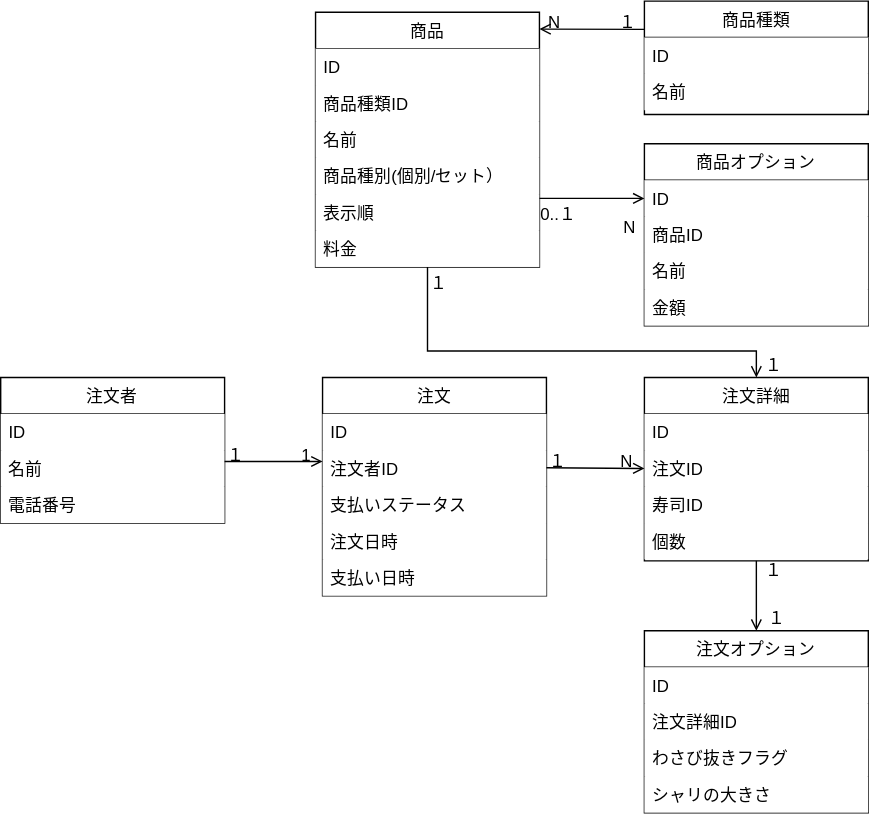
shun57/praha-challenge-task keeps this draw.io diagram as DBModel1/課題2.svg. Above is the earlier version. Source tidied: cells renumbered, new cells last; positions are measured from the earlier drawing's top-left corner, leaving out a move shared by most shapes. Source of this version:
```xml
<mxGraphModel>
  <root>
    <mxCell id="0" />
    <mxCell id="1" parent="0" />
    <mxCell id="2" value="注文" style="swimlane;fontStyle=0;align=center;verticalAlign=top;horizontal=1;startSize=26;rounded=0;shadow=0;strokeWidth=1;" parent="1" vertex="1">
      <mxGeometry x="230" y="269" width="160" height="156" as="geometry" />
    </mxCell>
    <mxCell id="3" value="ID&#10;" style="text;align=left;verticalAlign=top;spacingLeft=4;spacingRight=4;overflow=hidden;fillColor=default;" parent="2" vertex="1">
      <mxGeometry y="26" width="160" height="26" as="geometry" />
    </mxCell>
    <mxCell id="4" value="注文者ID&#10;" style="text;align=left;verticalAlign=top;spacingLeft=4;spacingRight=4;overflow=hidden;fillColor=default;" parent="2" vertex="1">
      <mxGeometry y="52" width="160" height="26" as="geometry" />
    </mxCell>
    <mxCell id="5" value="支払いステータス&#10;" style="text;align=left;verticalAlign=top;spacingLeft=4;spacingRight=4;overflow=hidden;fillColor=default;" parent="2" vertex="1">
      <mxGeometry y="78" width="160" height="26" as="geometry" />
    </mxCell>
    <mxCell id="6" value="注文日時&#10;" style="text;align=left;verticalAlign=top;spacingLeft=4;spacingRight=4;overflow=hidden;fillColor=default;" parent="2" vertex="1">
      <mxGeometry y="104" width="160" height="26" as="geometry" />
    </mxCell>
    <mxCell id="7" value="支払い日時&#10;" style="text;align=left;verticalAlign=top;spacingLeft=4;spacingRight=4;overflow=hidden;fillColor=default;" parent="2" vertex="1">
      <mxGeometry y="130" width="160" height="26" as="geometry" />
    </mxCell>
    <mxCell id="8" value="商品" style="swimlane;fontStyle=0;align=center;verticalAlign=top;horizontal=1;startSize=26;rounded=0;shadow=0;strokeWidth=1;" parent="1" vertex="1">
      <mxGeometry x="225" y="8" width="160" height="182" as="geometry" />
    </mxCell>
    <mxCell id="9" value="ID&#10;" style="text;align=left;verticalAlign=top;spacingLeft=4;spacingRight=4;overflow=hidden;fillColor=default;" parent="8" vertex="1">
      <mxGeometry y="26" width="160" height="26" as="geometry" />
    </mxCell>
    <mxCell id="10" value="商品種類ID&#10;" style="text;align=left;verticalAlign=top;spacingLeft=4;spacingRight=4;overflow=hidden;fillColor=default;" parent="8" vertex="1">
      <mxGeometry y="52" width="160" height="26" as="geometry" />
    </mxCell>
    <mxCell id="11" value="名前" style="text;align=left;verticalAlign=top;spacingLeft=4;spacingRight=4;overflow=hidden;rounded=0;shadow=0;html=0;fillColor=default;" parent="8" vertex="1">
      <mxGeometry y="78" width="160" height="26" as="geometry" />
    </mxCell>
    <mxCell id="12" value="商品種別(個別/セット）" style="text;align=left;verticalAlign=top;spacingLeft=4;spacingRight=4;overflow=hidden;rounded=0;shadow=0;html=0;fillColor=default;" parent="8" vertex="1">
      <mxGeometry y="104" width="160" height="26" as="geometry" />
    </mxCell>
    <mxCell id="13" value="表示順" style="text;align=left;verticalAlign=top;spacingLeft=4;spacingRight=4;overflow=hidden;rounded=0;shadow=0;html=0;fillColor=default;" parent="8" vertex="1">
      <mxGeometry y="130" width="160" height="26" as="geometry" />
    </mxCell>
    <mxCell id="14" value="料金" style="text;align=left;verticalAlign=top;spacingLeft=4;spacingRight=4;overflow=hidden;rounded=0;shadow=0;html=0;fillColor=default;" parent="8" vertex="1">
      <mxGeometry y="156" width="160" height="26" as="geometry" />
    </mxCell>
    <mxCell id="15" value="商品種類" style="swimlane;fontStyle=0;align=center;verticalAlign=top;horizontal=1;startSize=26;rounded=0;shadow=0;strokeWidth=1;fillColor=default;" parent="1" vertex="1">
      <mxGeometry x="460" width="160" height="81" as="geometry" />
    </mxCell>
    <mxCell id="16" value="ID" style="text;align=left;verticalAlign=top;spacingLeft=4;spacingRight=4;overflow=hidden;fillColor=default;" parent="15" vertex="1">
      <mxGeometry y="26" width="160" height="26" as="geometry" />
    </mxCell>
    <mxCell id="17" value="名前" style="text;align=left;verticalAlign=top;spacingLeft=4;spacingRight=4;overflow=hidden;fillColor=default;" parent="15" vertex="1">
      <mxGeometry y="52" width="160" height="26" as="geometry" />
    </mxCell>
    <mxCell id="18" value="商品オプション" style="swimlane;fontStyle=0;align=center;verticalAlign=top;horizontal=1;startSize=26;rounded=0;shadow=0;strokeWidth=1;" parent="1" vertex="1">
      <mxGeometry x="460" y="102" width="160" height="130" as="geometry" />
    </mxCell>
    <mxCell id="19" value="ID" style="text;align=left;verticalAlign=top;spacingLeft=4;spacingRight=4;overflow=hidden;points=[[0,0.5],[1,0.5]];portConstraint=eastwest;fillColor=default;" parent="18" vertex="1">
      <mxGeometry y="26" width="160" height="26" as="geometry" />
    </mxCell>
    <mxCell id="20" value="商品ID" style="text;align=left;verticalAlign=top;spacingLeft=4;spacingRight=4;overflow=hidden;fillColor=default;" parent="18" vertex="1">
      <mxGeometry y="52" width="160" height="26" as="geometry" />
    </mxCell>
    <mxCell id="21" value="名前" style="text;align=left;verticalAlign=top;spacingLeft=4;spacingRight=4;overflow=hidden;fillColor=default;" parent="18" vertex="1">
      <mxGeometry y="78" width="160" height="26" as="geometry" />
    </mxCell>
    <mxCell id="22" value="金額" style="text;align=left;verticalAlign=top;spacingLeft=4;spacingRight=4;overflow=hidden;fillColor=default;" parent="18" vertex="1">
      <mxGeometry y="104" width="160" height="26" as="geometry" />
    </mxCell>
    <mxCell id="23" value="注文詳細" style="swimlane;fontStyle=0;align=center;verticalAlign=top;horizontal=1;startSize=26;rounded=0;shadow=0;strokeWidth=1;" parent="1" vertex="1">
      <mxGeometry x="460" y="269" width="160" height="131" as="geometry" />
    </mxCell>
    <mxCell id="24" value="ID&#10;" style="text;align=left;verticalAlign=top;spacingLeft=4;spacingRight=4;overflow=hidden;fillColor=default;" parent="23" vertex="1">
      <mxGeometry y="26" width="160" height="26" as="geometry" />
    </mxCell>
    <mxCell id="25" value="注文ID&#10;" style="text;align=left;verticalAlign=top;spacingLeft=4;spacingRight=4;overflow=hidden;fillColor=default;" parent="23" vertex="1">
      <mxGeometry y="52" width="160" height="26" as="geometry" />
    </mxCell>
    <mxCell id="26" value="寿司ID&#10;" style="text;align=left;verticalAlign=top;spacingLeft=4;spacingRight=4;overflow=hidden;fillColor=default;" parent="23" vertex="1">
      <mxGeometry y="78" width="160" height="26" as="geometry" />
    </mxCell>
    <mxCell id="27" value="個数&#10;" style="text;align=left;verticalAlign=top;spacingLeft=4;spacingRight=4;overflow=hidden;fillColor=default;" parent="23" vertex="1">
      <mxGeometry y="104" width="160" height="26" as="geometry" />
    </mxCell>
    <mxCell id="28" value="注文者" style="swimlane;fontStyle=0;align=center;verticalAlign=top;horizontal=1;startSize=26;rounded=0;shadow=0;strokeWidth=1;" parent="1" vertex="1">
      <mxGeometry y="269" width="160" height="104" as="geometry" />
    </mxCell>
    <mxCell id="29" value="ID&#10;" style="text;align=left;verticalAlign=top;spacingLeft=4;spacingRight=4;overflow=hidden;fillColor=default;" parent="28" vertex="1">
      <mxGeometry y="26" width="160" height="26" as="geometry" />
    </mxCell>
    <mxCell id="30" value="名前&#10;" style="text;align=left;verticalAlign=top;spacingLeft=4;spacingRight=4;overflow=hidden;fillColor=default;" parent="28" vertex="1">
      <mxGeometry y="52" width="160" height="26" as="geometry" />
    </mxCell>
    <mxCell id="31" value="電話番号&#10;" style="text;align=left;verticalAlign=top;spacingLeft=4;spacingRight=4;overflow=hidden;fillColor=default;" parent="28" vertex="1">
      <mxGeometry y="78" width="160" height="26" as="geometry" />
    </mxCell>
    <mxCell id="32" style="endArrow=open;shadow=0;strokeWidth=1;rounded=0;endFill=1;edgeStyle=elbowEdgeStyle;elbow=vertical;" parent="1" edge="1">
      <mxGeometry x="0.5" y="41" relative="1" as="geometry">
        <mxPoint x="160" y="329" as="sourcePoint" />
        <mxPoint x="230" y="329" as="targetPoint" />
        <mxPoint x="-40" y="32" as="offset" />
      </mxGeometry>
    </mxCell>
    <mxCell id="33" value="１" style="align=left;verticalAlign=bottom;labelBackgroundColor=none;fontSize=12;" parent="32" vertex="1">
      <mxGeometry x="-1" relative="1" as="geometry">
        <mxPoint y="4" as="offset" />
      </mxGeometry>
    </mxCell>
    <mxCell id="34" value="1" style="align=right;verticalAlign=bottom;labelBackgroundColor=none;fontSize=12;" parent="32" vertex="1">
      <mxGeometry x="1" relative="1" as="geometry">
        <mxPoint x="-7" y="4" as="offset" />
      </mxGeometry>
    </mxCell>
    <mxCell id="35" style="endArrow=open;shadow=0;strokeWidth=1;rounded=0;endFill=1;edgeStyle=elbowEdgeStyle;elbow=vertical;" parent="1" edge="1">
      <mxGeometry x="0.5" y="41" relative="1" as="geometry">
        <mxPoint x="390" y="333.5" as="sourcePoint" />
        <mxPoint x="460" y="333.5" as="targetPoint" />
        <mxPoint x="-40" y="32" as="offset" />
      </mxGeometry>
    </mxCell>
    <mxCell id="36" value="１" style="align=left;verticalAlign=bottom;labelBackgroundColor=none;fontSize=12;" parent="35" vertex="1">
      <mxGeometry x="-1" relative="1" as="geometry">
        <mxPoint y="4" as="offset" />
      </mxGeometry>
    </mxCell>
    <mxCell id="37" value="N" style="align=right;verticalAlign=bottom;labelBackgroundColor=none;fontSize=12;" parent="35" vertex="1">
      <mxGeometry x="1" relative="1" as="geometry">
        <mxPoint x="-7" y="4" as="offset" />
      </mxGeometry>
    </mxCell>
    <mxCell id="38" style="endArrow=open;shadow=0;strokeWidth=1;rounded=0;endFill=1;edgeStyle=elbowEdgeStyle;elbow=vertical;exitX=0.5;exitY=1;exitDx=0;exitDy=0;" parent="1" edge="1" source="8">
      <mxGeometry x="0.5" y="41" relative="1" as="geometry">
        <mxPoint x="540" y="269" as="targetPoint" />
        <Array as="points">
          <mxPoint x="425" y="250" />
        </Array>
        <mxPoint x="-40" y="32" as="offset" />
      </mxGeometry>
    </mxCell>
    <mxCell id="39" value="１" style="align=left;verticalAlign=bottom;labelBackgroundColor=none;fontSize=12;" parent="38" vertex="1">
      <mxGeometry x="-1" relative="1" as="geometry">
        <mxPoint y="20" as="offset" />
      </mxGeometry>
    </mxCell>
    <mxCell id="40" value="１" style="align=right;verticalAlign=bottom;labelBackgroundColor=none;fontSize=12;" parent="38" vertex="1">
      <mxGeometry x="1" relative="1" as="geometry">
        <mxPoint x="20" as="offset" />
      </mxGeometry>
    </mxCell>
    <mxCell id="41" style="endArrow=open;shadow=0;strokeWidth=1;rounded=0;endFill=1;edgeStyle=elbowEdgeStyle;elbow=vertical;exitX=0;exitY=0.25;exitDx=0;exitDy=0;" parent="1" edge="1" source="15" target="8">
      <mxGeometry x="0.5" y="41" relative="1" as="geometry">
        <mxPoint x="-40" y="32" as="offset" />
      </mxGeometry>
    </mxCell>
    <mxCell id="42" value="１" style="align=left;verticalAlign=bottom;labelBackgroundColor=none;fontSize=12;" parent="41" vertex="1">
      <mxGeometry x="-1" relative="1" as="geometry">
        <mxPoint x="-20" y="4" as="offset" />
      </mxGeometry>
    </mxCell>
    <mxCell id="43" value="N" style="align=right;verticalAlign=bottom;labelBackgroundColor=none;fontSize=12;" parent="41" vertex="1">
      <mxGeometry x="1" relative="1" as="geometry">
        <mxPoint x="16" y="4" as="offset" />
      </mxGeometry>
    </mxCell>
    <mxCell id="44" style="endArrow=open;shadow=0;strokeWidth=1;rounded=0;endFill=1;edgeStyle=elbowEdgeStyle;elbow=vertical;entryX=0;entryY=0.5;entryDx=0;entryDy=0;" parent="1" edge="1" target="19">
      <mxGeometry x="0.5" y="41" relative="1" as="geometry">
        <mxPoint x="385" y="141" as="sourcePoint" />
        <Array as="points">
          <mxPoint x="425" y="141" />
        </Array>
        <mxPoint x="-40" y="32" as="offset" />
      </mxGeometry>
    </mxCell>
    <mxCell id="45" value="0..１" style="align=left;verticalAlign=bottom;labelBackgroundColor=none;fontSize=12;" parent="44" vertex="1">
      <mxGeometry x="-1" relative="1" as="geometry">
        <mxPoint x="-1" y="20" as="offset" />
      </mxGeometry>
    </mxCell>
    <mxCell id="46" value="N" style="align=right;verticalAlign=bottom;labelBackgroundColor=none;fontSize=12;" parent="44" vertex="1">
      <mxGeometry x="1" relative="1" as="geometry">
        <mxPoint x="-5" y="29" as="offset" />
      </mxGeometry>
    </mxCell>
    <mxCell id="47" value="注文オプション" style="swimlane;fontStyle=0;align=center;verticalAlign=top;horizontal=1;startSize=26;rounded=0;shadow=0;strokeWidth=1;" parent="1" vertex="1">
      <mxGeometry x="460" y="450" width="160" height="130" as="geometry" />
    </mxCell>
    <mxCell id="48" value="ID&#10;" style="text;align=left;verticalAlign=top;spacingLeft=4;spacingRight=4;overflow=hidden;fillColor=default;" parent="47" vertex="1">
      <mxGeometry y="26" width="160" height="26" as="geometry" />
    </mxCell>
    <mxCell id="49" value="注文詳細ID&#10;" style="text;align=left;verticalAlign=top;spacingLeft=4;spacingRight=4;overflow=hidden;fillColor=default;" parent="47" vertex="1">
      <mxGeometry y="52" width="160" height="26" as="geometry" />
    </mxCell>
    <mxCell id="50" value="わさび抜きフラグ" style="text;align=left;verticalAlign=top;spacingLeft=4;spacingRight=4;overflow=hidden;rounded=0;shadow=0;html=0;fillColor=default;" parent="47" vertex="1">
      <mxGeometry y="78" width="160" height="26" as="geometry" />
    </mxCell>
    <mxCell id="51" value="シャリの大きさ" style="text;align=left;verticalAlign=top;spacingLeft=4;spacingRight=4;overflow=hidden;rounded=0;shadow=0;html=0;fillColor=default;" parent="47" vertex="1">
      <mxGeometry y="104" width="160" height="26" as="geometry" />
    </mxCell>
    <mxCell id="52" style="endArrow=open;shadow=0;strokeWidth=1;rounded=0;endFill=1;edgeStyle=elbowEdgeStyle;elbow=vertical;exitX=0.5;exitY=1;exitDx=0;exitDy=0;entryX=0.5;entryY=0;entryDx=0;entryDy=0;" parent="1" edge="1" source="23" target="47">
      <mxGeometry x="0.5" y="41" relative="1" as="geometry">
        <Array as="points">
          <mxPoint x="555" y="440" />
        </Array>
        <mxPoint x="-40" y="32" as="offset" />
      </mxGeometry>
    </mxCell>
    <mxCell id="53" value="１" style="align=left;verticalAlign=bottom;labelBackgroundColor=none;fontSize=12;" parent="52" vertex="1">
      <mxGeometry x="-1" relative="1" as="geometry">
        <mxPoint x="5" y="15" as="offset" />
      </mxGeometry>
    </mxCell>
    <mxCell id="54" value="１" style="align=right;verticalAlign=bottom;labelBackgroundColor=none;fontSize=12;" parent="52" vertex="1">
      <mxGeometry x="1" relative="1" as="geometry">
        <mxPoint x="22" as="offset" />
      </mxGeometry>
    </mxCell>
  </root>
</mxGraphModel>
```
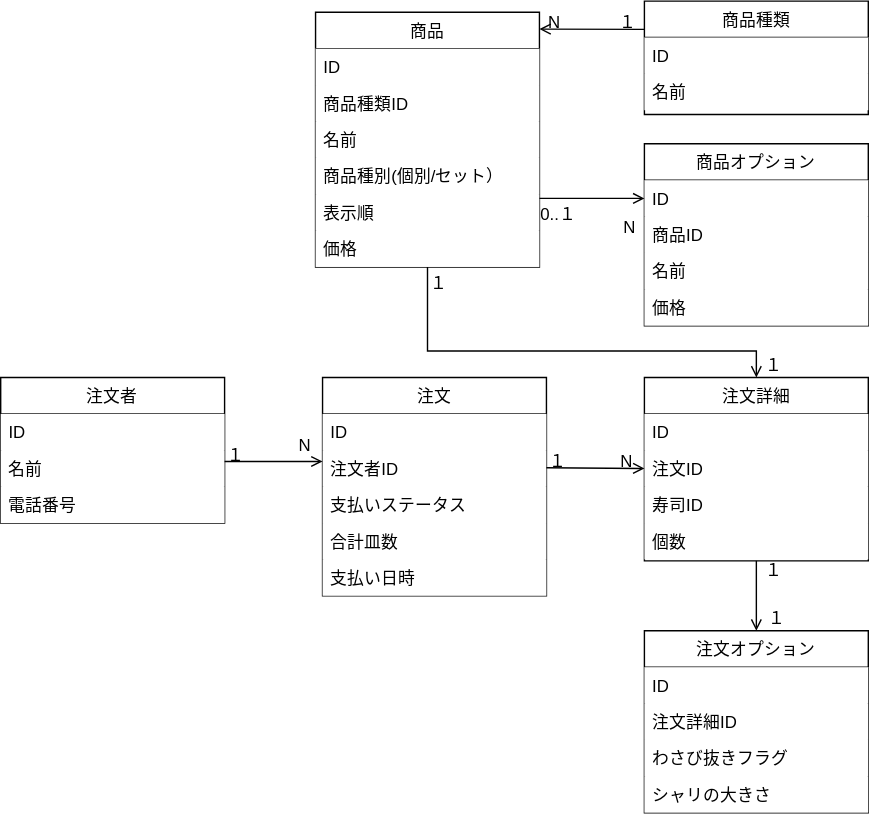
After the commit.

Change to the diagram source:
```diff
@@ -14,9 +14,9 @@
     <mxCell id="5" value="支払いステータス&#10;" style="text;align=left;verticalAlign=top;spacingLeft=4;spacingRight=4;overflow=hidden;fillColor=default;" parent="2" vertex="1">
       <mxGeometry y="78" width="160" height="26" as="geometry" />
     </mxCell>
-    <mxCell id="6" value="注文日時&#10;" style="text;align=left;verticalAlign=top;spacingLeft=4;spacingRight=4;overflow=hidden;fillColor=default;" parent="2" vertex="1">
-      <mxGeometry y="104" width="160" height="26" as="geometry" />
-    </mxCell>
+    <mxCell id="55" value="合計皿数&#10;" style="text;align=left;verticalAlign=top;spacingLeft=4;spacingRight=4;overflow=hidden;fillColor=default;" parent="2" vertex="1">
+      <mxGeometry y="104" width="160" height="26" as="geometry" />
+    </mxCell>
     <mxCell id="7" value="支払い日時&#10;" style="text;align=left;verticalAlign=top;spacingLeft=4;spacingRight=4;overflow=hidden;fillColor=default;" parent="2" vertex="1">
       <mxGeometry y="130" width="160" height="26" as="geometry" />
     </mxCell>
@@ -38,7 +38,7 @@
     <mxCell id="13" value="表示順" style="text;align=left;verticalAlign=top;spacingLeft=4;spacingRight=4;overflow=hidden;rounded=0;shadow=0;html=0;fillColor=default;" parent="8" vertex="1">
       <mxGeometry y="130" width="160" height="26" as="geometry" />
     </mxCell>
-    <mxCell id="14" value="料金" style="text;align=left;verticalAlign=top;spacingLeft=4;spacingRight=4;overflow=hidden;rounded=0;shadow=0;html=0;fillColor=default;" parent="8" vertex="1">
+    <mxCell id="14" value="価格" style="text;align=left;verticalAlign=top;spacingLeft=4;spacingRight=4;overflow=hidden;rounded=0;shadow=0;html=0;fillColor=default;" parent="8" vertex="1">
       <mxGeometry y="156" width="160" height="26" as="geometry" />
     </mxCell>
     <mxCell id="15" value="商品種類" style="swimlane;fontStyle=0;align=center;verticalAlign=top;horizontal=1;startSize=26;rounded=0;shadow=0;strokeWidth=1;fillColor=default;" parent="1" vertex="1">
@@ -62,7 +62,7 @@
     <mxCell id="21" value="名前" style="text;align=left;verticalAlign=top;spacingLeft=4;spacingRight=4;overflow=hidden;fillColor=default;" parent="18" vertex="1">
       <mxGeometry y="78" width="160" height="26" as="geometry" />
     </mxCell>
-    <mxCell id="22" value="金額" style="text;align=left;verticalAlign=top;spacingLeft=4;spacingRight=4;overflow=hidden;fillColor=default;" parent="18" vertex="1">
+    <mxCell id="22" value="価格" style="text;align=left;verticalAlign=top;spacingLeft=4;spacingRight=4;overflow=hidden;fillColor=default;" parent="18" vertex="1">
       <mxGeometry y="104" width="160" height="26" as="geometry" />
     </mxCell>
     <mxCell id="23" value="注文詳細" style="swimlane;fontStyle=0;align=center;verticalAlign=top;horizontal=1;startSize=26;rounded=0;shadow=0;strokeWidth=1;" parent="1" vertex="1">
@@ -104,9 +104,9 @@
         <mxPoint y="4" as="offset" />
       </mxGeometry>
     </mxCell>
-    <mxCell id="34" value="1" style="align=right;verticalAlign=bottom;labelBackgroundColor=none;fontSize=12;" parent="32" vertex="1">
+    <mxCell id="34" value="N&#10;" style="align=right;verticalAlign=bottom;labelBackgroundColor=none;fontSize=12;" parent="32" vertex="1">
       <mxGeometry x="1" relative="1" as="geometry">
-        <mxPoint x="-7" y="4" as="offset" />
+        <mxPoint x="-7" y="11" as="offset" />
       </mxGeometry>
     </mxCell>
     <mxCell id="35" style="endArrow=open;shadow=0;strokeWidth=1;rounded=0;endFill=1;edgeStyle=elbowEdgeStyle;elbow=vertical;" parent="1" edge="1">
```
